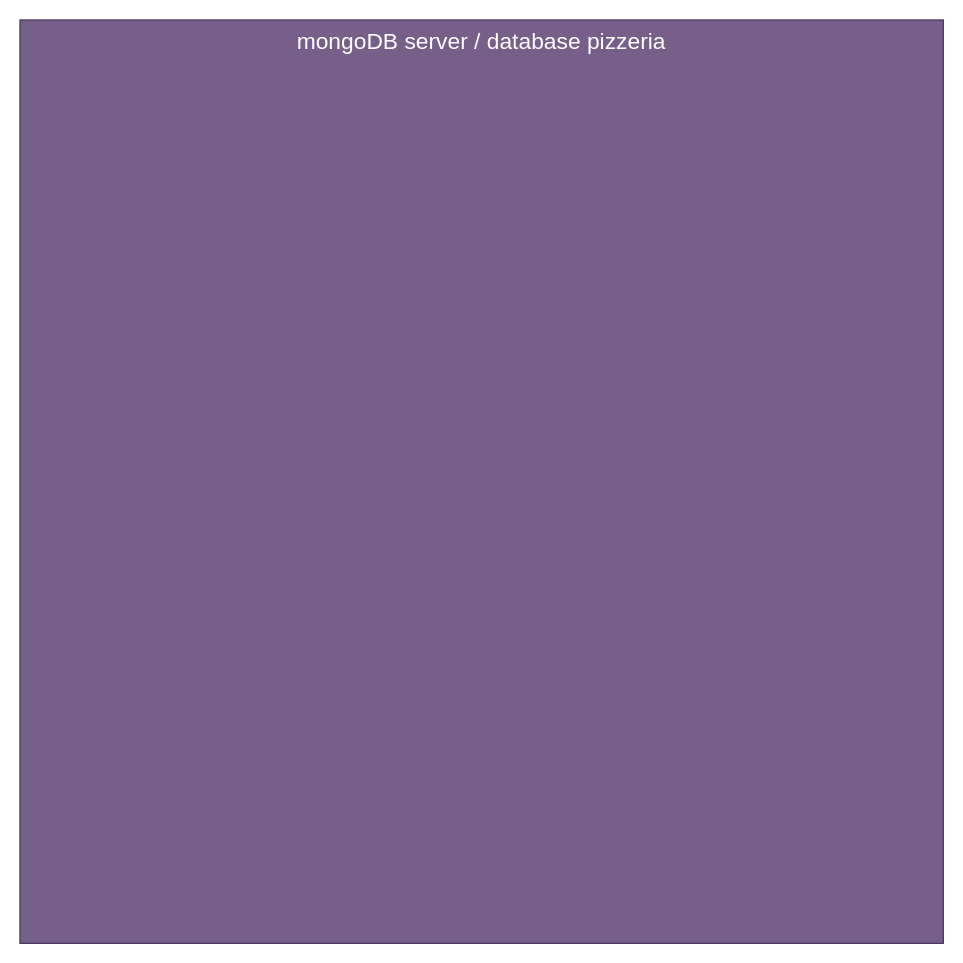
OllinDesigns/Databases-Mongo-and-mySql keeps this draw.io diagram as pizzeria.drawio. Above is the earlier version. Source tidied: cells renumbered, new cells numbered last; positions are measured from the earlier drawing's top-left corner, leaving out a move shared by most shapes. Both pictures are drawn from the tidied source at 114%, with x=0, y=0 at pixel (19, 19).
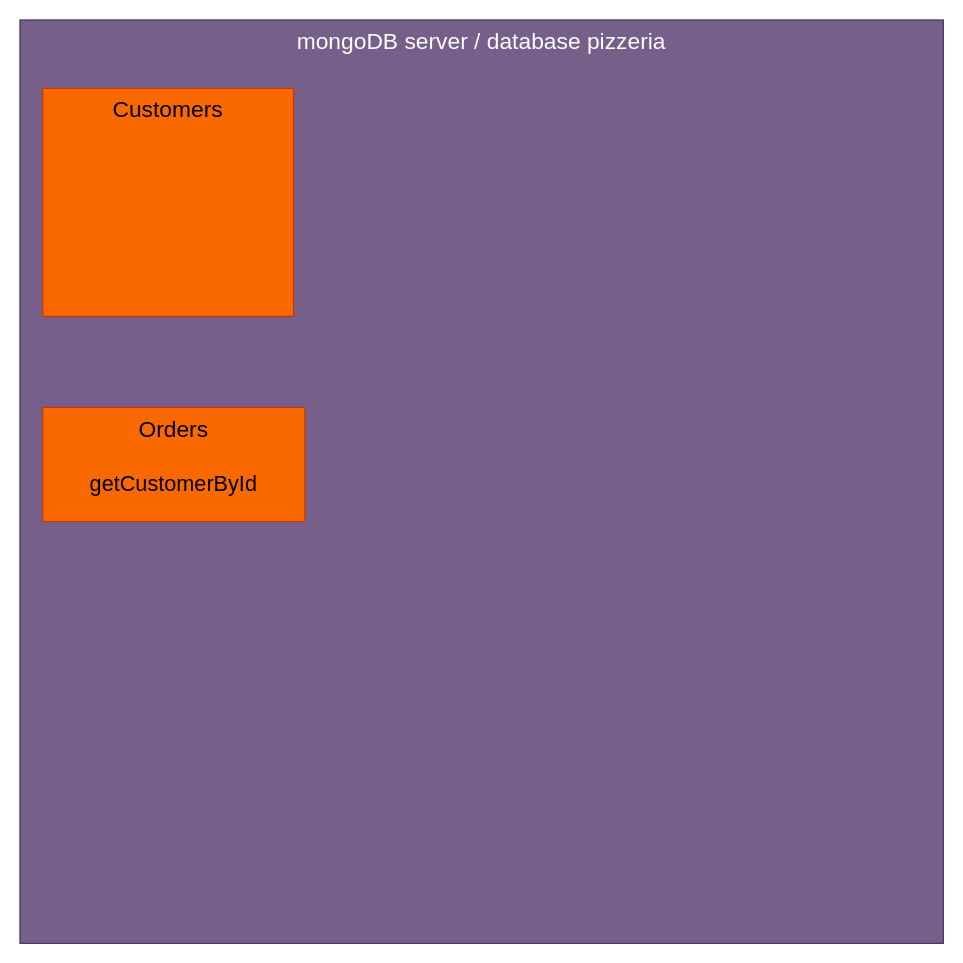
The same page after the edit.

Change to the diagram source:
```diff
@@
 <mxGraphModel>
   <root>
     <mxCell id="0" />
     <mxCell id="1" parent="0" />
     <mxCell id="2" style="rounded=0;whiteSpace=wrap;html=1;sketch=1;hachureGap=4;jiggle=2;curveFitting=1;fontFamily=Architects Daughter;fontSize=20;" parent="1" vertex="1">
       <mxGeometry x="330" y="350" width="120" height="60" as="geometry" />
     </mxCell>
     <mxCell id="3" value="&lt;font face=&quot;Helvetica&quot;&gt;mongoDB server / database pizzeria&lt;br&gt;&lt;/font&gt;" style="rounded=0;whiteSpace=wrap;html=1;hachureGap=4;fontFamily=Architects Daughter;fontSize=20;fillColor=#76608a;fontColor=#ffffff;strokeColor=#432D57;verticalAlign=top;" parent="1" vertex="1">
       <mxGeometry width="810" height="810" as="geometry" />
     </mxCell>
+    <mxCell id="4" value="&lt;font face=&quot;Helvetica&quot;&gt;Customers&lt;/font&gt;" style="rounded=0;whiteSpace=wrap;html=1;hachureGap=4;fontFamily=Architects Daughter;fontSize=20;fillColor=#fa6800;fontColor=#000000;strokeColor=#C73500;verticalAlign=top;" parent="1" vertex="1">
+      <mxGeometry x="20" y="60" width="220" height="200" as="geometry" />
+    </mxCell>
+    <mxCell id="5" value="&lt;div&gt;Orders&lt;/div&gt;&lt;div&gt;&lt;br&gt;&lt;/div&gt;&lt;div&gt;&lt;font style=&quot;font-size: 19px;&quot;&gt;getCustomerById&lt;/font&gt;&lt;br&gt;&lt;/div&gt;" style="rounded=0;whiteSpace=wrap;html=1;hachureGap=4;fontFamily=Helvetica;fontSize=20;fillColor=#fa6800;fontColor=#000000;strokeColor=#C73500;verticalAlign=top;" parent="1" vertex="1">
+      <mxGeometry x="20" y="340" width="230" height="100" as="geometry" />
+    </mxCell>
   </root>
 </mxGraphModel>
```
